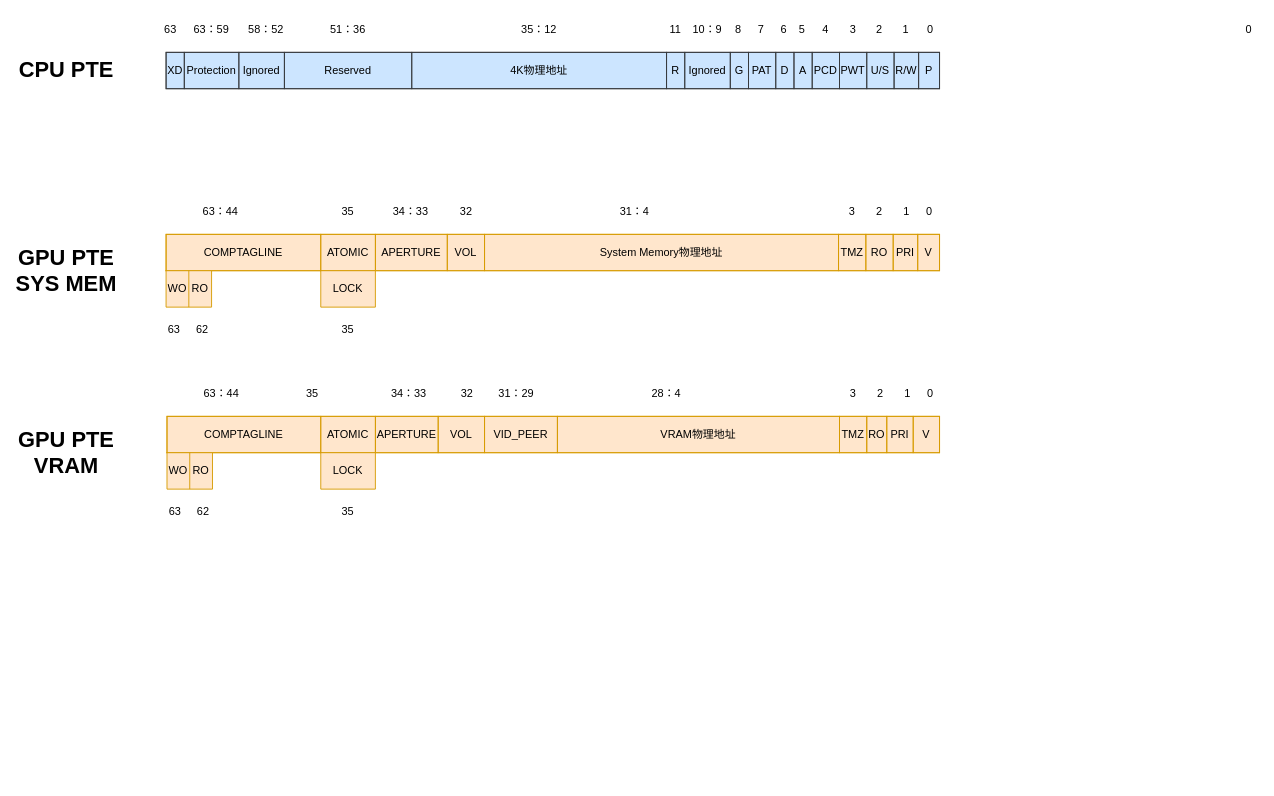
Above: memory.drawio in raykwok1150/draw.io (draw.io), before the change. Source tidied: cells renumbered, new cells numbered last; positions are measured from the earlier drawing's top-left corner, leaving out a move shared by most shapes. Both pictures are drawn from the tidied source at 91%, with x=0, y=0 at pixel (20, 15).
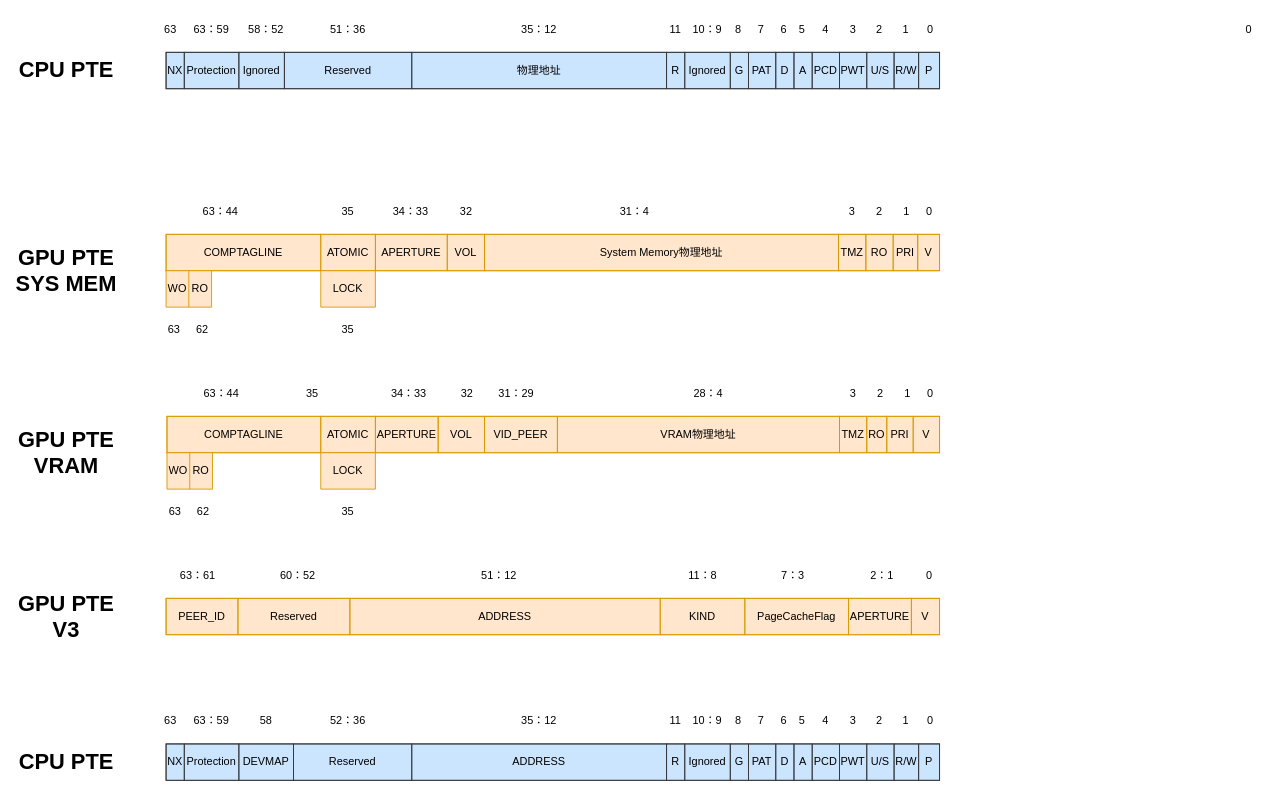
Above is the later version.

Unchanged cells that the change refers to:
```xml
<mxCell id="3" style="shape=tableRow;horizontal=0;startSize=0;swimlaneHead=0;swimlaneBody=0;top=0;left=0;bottom=0;right=0;fontStyle=0;fillColor=none;strokeColor=inherit;" parent="2" vertex="1">
  <mxGeometry width="850" height="40" as="geometry" />
</mxCell>
```

Diff of the diagram source:
```diff
@@
-    <mxCell id="4" value="XD" style="strokeColor=inherit;fillColor=none;align=center;whiteSpace=wrap;html=1;" parent="3" vertex="1">
+    <mxCell id="4" value="NX" style="strokeColor=inherit;fillColor=none;align=center;whiteSpace=wrap;html=1;" parent="3" vertex="1">
       <mxGeometry width="20" height="40" as="geometry" />
     </mxCell>
@@
-    <mxCell id="8" value="4K物理地址" style="strokeColor=inherit;fillColor=none;align=center;whiteSpace=wrap;html=1;" parent="3" vertex="1">
+    <mxCell id="8" value="物理地址" style="strokeColor=inherit;fillColor=none;align=center;whiteSpace=wrap;html=1;" parent="3" vertex="1">
       <mxGeometry x="270" width="280" height="40" as="geometry" />
     </mxCell>
@@
     <mxCell id="79" value="28：4" style="text;html=1;align=center;verticalAlign=middle;whiteSpace=wrap;rounded=0;" parent="1" vertex="1">
-      <mxGeometry x="685" y="400" width="50" height="30" as="geometry" />
+      <mxGeometry x="731" y="400" width="50" height="30" as="geometry" />
     </mxCell>
@@
+    <mxCell id="102" style="childLayout=tableLayout;shadow=0;fillColor=#ffe6cc;strokeColor=#d79b00;glass=0;rounded=0;" parent="1" vertex="1">
+      <mxGeometry x="160" y="640" width="850" height="40" as="geometry" />
+    </mxCell>
+    <mxCell id="103" style="shape=tableRow;horizontal=0;startSize=0;swimlaneHead=0;swimlaneBody=0;top=0;left=0;bottom=0;right=0;fontStyle=0;fillColor=none;strokeColor=inherit;" parent="102" vertex="1">
+      <mxGeometry width="850" height="40" as="geometry" />
+    </mxCell>
+    <mxCell id="104" value="PEER_ID" style="strokeColor=inherit;fillColor=none;align=center;whiteSpace=wrap;html=1;" parent="103" vertex="1">
+      <mxGeometry width="79" height="40" as="geometry" />
+    </mxCell>
+    <mxCell id="105" value="Reserved" style="strokeColor=inherit;fillColor=none;align=center;whiteSpace=wrap;html=1;" parent="103" vertex="1">
+      <mxGeometry x="79" width="123" height="40" as="geometry" />
+    </mxCell>
+    <mxCell id="106" value="ADDRESS" style="strokeColor=inherit;fillColor=none;align=center;whiteSpace=wrap;html=1;" parent="103" vertex="1">
+      <mxGeometry x="202" width="341" height="40" as="geometry" />
+    </mxCell>
+    <mxCell id="107" value="KIND" style="strokeColor=inherit;fillColor=none;align=center;whiteSpace=wrap;html=1;" parent="103" vertex="1">
+      <mxGeometry x="543" width="93" height="40" as="geometry" />
+    </mxCell>
+    <mxCell id="108" value="PageCacheFlag" style="strokeColor=inherit;fillColor=none;align=center;whiteSpace=wrap;html=1;" parent="103" vertex="1">
+      <mxGeometry x="636" width="114" height="40" as="geometry" />
+    </mxCell>
+    <mxCell id="109" value="APERTURE" style="strokeColor=inherit;fillColor=none;align=center;whiteSpace=wrap;html=1;" parent="103" vertex="1">
+      <mxGeometry x="750" width="69" height="40" as="geometry" />
+    </mxCell>
+    <mxCell id="110" value="V" style="strokeColor=inherit;fillColor=none;align=center;whiteSpace=wrap;html=1;" parent="103" vertex="1">
+      <mxGeometry x="819" width="31" height="40" as="geometry" />
+    </mxCell>
+    <mxCell id="111" value="0" style="text;html=1;align=center;verticalAlign=middle;whiteSpace=wrap;rounded=0;" parent="1" vertex="1">
+      <mxGeometry x="989" y="600" width="20" height="30" as="geometry" />
+    </mxCell>
+    <mxCell id="112" value="2：1" style="text;html=1;align=center;verticalAlign=middle;whiteSpace=wrap;rounded=0;" parent="1" vertex="1">
+      <mxGeometry x="922" y="600" width="50" height="30" as="geometry" />
+    </mxCell>
+    <mxCell id="113" value="7：3" style="text;html=1;align=center;verticalAlign=middle;whiteSpace=wrap;rounded=0;" parent="1" vertex="1">
+      <mxGeometry x="824" y="600" width="50" height="30" as="geometry" />
+    </mxCell>
+    <mxCell id="114" value="11：8" style="text;html=1;align=center;verticalAlign=middle;whiteSpace=wrap;rounded=0;" parent="1" vertex="1">
+      <mxGeometry x="725" y="600" width="50" height="30" as="geometry" />
+    </mxCell>
+    <mxCell id="115" value="51：12" style="text;html=1;align=center;verticalAlign=middle;whiteSpace=wrap;rounded=0;" parent="1" vertex="1">
+      <mxGeometry x="501" y="600" width="50" height="30" as="geometry" />
+    </mxCell>
+    <mxCell id="116" value="60：52" style="text;html=1;align=center;verticalAlign=middle;whiteSpace=wrap;rounded=0;" parent="1" vertex="1">
+      <mxGeometry x="280" y="600" width="50" height="30" as="geometry" />
+    </mxCell>
+    <mxCell id="117" value="63：61" style="text;html=1;align=center;verticalAlign=middle;whiteSpace=wrap;rounded=0;" parent="1" vertex="1">
+      <mxGeometry x="170" y="600" width="50" height="30" as="geometry" />
+    </mxCell>
+    <mxCell id="118" value="GPU PTE&lt;div&gt;V3&lt;/div&gt;" style="text;strokeColor=none;fillColor=none;html=1;fontSize=24;fontStyle=1;verticalAlign=middle;align=center;" parent="1" vertex="1">
+      <mxGeometry y="620" width="100" height="80" as="geometry" />
+    </mxCell>
+    <mxCell id="119" style="childLayout=tableLayout;shadow=0;fillColor=#cce5ff;strokeColor=#36393d;glass=0;rounded=0;" parent="1" vertex="1">
+      <mxGeometry x="160" y="800" width="850" height="40" as="geometry" />
+    </mxCell>
+    <mxCell id="120" style="shape=tableRow;horizontal=0;startSize=0;swimlaneHead=0;swimlaneBody=0;top=0;left=0;bottom=0;right=0;fontStyle=0;fillColor=none;strokeColor=inherit;" parent="119" vertex="1">
+      <mxGeometry width="850" height="40" as="geometry" />
+    </mxCell>
+    <mxCell id="121" value="NX" style="strokeColor=inherit;fillColor=none;align=center;whiteSpace=wrap;html=1;" parent="120" vertex="1">
+      <mxGeometry width="20" height="40" as="geometry" />
+    </mxCell>
+    <mxCell id="122" value="Protection" style="strokeColor=inherit;fillColor=none;align=center;whiteSpace=wrap;html=1;" parent="120" vertex="1">
+      <mxGeometry x="20" width="60" height="40" as="geometry" />
+    </mxCell>
+    <mxCell id="123" value="DEVMAP" style="strokeColor=inherit;fillColor=none;align=center;whiteSpace=wrap;html=1;" parent="120" vertex="1">
+      <mxGeometry x="80" width="60" height="40" as="geometry" />
+    </mxCell>
+    <mxCell id="124" value="Reserved" style="strokeColor=inherit;fillColor=none;align=center;whiteSpace=wrap;html=1;" parent="120" vertex="1">
+      <mxGeometry x="140" width="130" height="40" as="geometry" />
+    </mxCell>
+    <mxCell id="125" value="ADDRESS" style="strokeColor=inherit;fillColor=none;align=center;whiteSpace=wrap;html=1;" parent="120" vertex="1">
+      <mxGeometry x="270" width="280" height="40" as="geometry" />
+    </mxCell>
+    <mxCell id="126" value="R" style="strokeColor=inherit;fillColor=none;align=center;whiteSpace=wrap;html=1;" parent="120" vertex="1">
+      <mxGeometry x="550" width="20" height="40" as="geometry" />
+    </mxCell>
+    <mxCell id="127" value="Ignored" style="strokeColor=inherit;fillColor=none;align=center;whiteSpace=wrap;html=1;" parent="120" vertex="1">
+      <mxGeometry x="570" width="50" height="40" as="geometry" />
+    </mxCell>
+    <mxCell id="128" value="G" style="strokeColor=inherit;fillColor=none;align=center;whiteSpace=wrap;html=1;" parent="120" vertex="1">
+      <mxGeometry x="620" width="20" height="40" as="geometry" />
+    </mxCell>
+    <mxCell id="129" value="PAT" style="strokeColor=inherit;fillColor=none;align=center;whiteSpace=wrap;html=1;" parent="120" vertex="1">
+      <mxGeometry x="640" width="30" height="40" as="geometry" />
+    </mxCell>
+    <mxCell id="130" value="D" style="strokeColor=inherit;fillColor=none;align=center;whiteSpace=wrap;html=1;" parent="120" vertex="1">
+      <mxGeometry x="670" width="20" height="40" as="geometry" />
+    </mxCell>
+    <mxCell id="131" value="A" style="strokeColor=inherit;fillColor=none;align=center;whiteSpace=wrap;html=1;" parent="120" vertex="1">
+      <mxGeometry x="690" width="20" height="40" as="geometry" />
+    </mxCell>
+    <mxCell id="132" value="PCD" style="strokeColor=inherit;fillColor=none;align=center;whiteSpace=wrap;html=1;" parent="120" vertex="1">
+      <mxGeometry x="710" width="30" height="40" as="geometry" />
+    </mxCell>
+    <mxCell id="133" value="PWT" style="strokeColor=inherit;fillColor=none;align=center;whiteSpace=wrap;html=1;" parent="120" vertex="1">
+      <mxGeometry x="740" width="30" height="40" as="geometry" />
+    </mxCell>
+    <mxCell id="134" value="U/S" style="strokeColor=inherit;fillColor=none;align=center;whiteSpace=wrap;html=1;" parent="120" vertex="1">
+      <mxGeometry x="770" width="30" height="40" as="geometry" />
+    </mxCell>
+    <mxCell id="135" value="R/W" style="strokeColor=inherit;fillColor=none;align=center;whiteSpace=wrap;html=1;" parent="120" vertex="1">
+      <mxGeometry x="800" width="27" height="40" as="geometry" />
+    </mxCell>
+    <mxCell id="136" value="P" style="strokeColor=inherit;fillColor=none;align=center;whiteSpace=wrap;html=1;" parent="120" vertex="1">
+      <mxGeometry x="827" width="23" height="40" as="geometry" />
+    </mxCell>
+    <mxCell id="137" value="63" style="text;html=1;align=center;verticalAlign=middle;whiteSpace=wrap;rounded=0;" parent="1" vertex="1">
+      <mxGeometry x="150" y="760" width="30" height="30" as="geometry" />
+    </mxCell>
+    <mxCell id="138" value="63：59" style="text;html=1;align=center;verticalAlign=middle;whiteSpace=wrap;rounded=0;" parent="1" vertex="1">
+      <mxGeometry x="180" y="760" width="60" height="30" as="geometry" />
+    </mxCell>
+    <mxCell id="139" value="58" style="text;html=1;align=center;verticalAlign=middle;whiteSpace=wrap;rounded=0;" parent="1" vertex="1">
+      <mxGeometry x="240" y="760" width="60" height="30" as="geometry" />
+    </mxCell>
+    <mxCell id="140" value="52：36" style="text;html=1;align=center;verticalAlign=middle;whiteSpace=wrap;rounded=0;" parent="1" vertex="1">
+      <mxGeometry x="330" y="760" width="60" height="30" as="geometry" />
+    </mxCell>
+    <mxCell id="141" value="35：12" style="text;html=1;align=center;verticalAlign=middle;whiteSpace=wrap;rounded=0;" parent="1" vertex="1">
+      <mxGeometry x="540" y="760" width="60" height="30" as="geometry" />
+    </mxCell>
+    <mxCell id="142" value="11" style="text;html=1;align=center;verticalAlign=middle;whiteSpace=wrap;rounded=0;" parent="1" vertex="1">
+      <mxGeometry x="710" y="760" width="20" height="30" as="geometry" />
+    </mxCell>
+    <mxCell id="143" value="10：9" style="text;html=1;align=center;verticalAlign=middle;whiteSpace=wrap;rounded=0;" parent="1" vertex="1">
+      <mxGeometry x="735" y="760" width="40" height="30" as="geometry" />
+    </mxCell>
+    <mxCell id="144" value="8" style="text;html=1;align=center;verticalAlign=middle;whiteSpace=wrap;rounded=0;" parent="1" vertex="1">
+      <mxGeometry x="784" y="760" width="10" height="30" as="geometry" />
+    </mxCell>
+    <mxCell id="145" value="7" style="text;html=1;align=center;verticalAlign=middle;whiteSpace=wrap;rounded=0;" parent="1" vertex="1">
+      <mxGeometry x="804" y="760" width="20" height="30" as="geometry" />
+    </mxCell>
+    <mxCell id="146" value="6" style="text;html=1;align=center;verticalAlign=middle;whiteSpace=wrap;rounded=0;" parent="1" vertex="1">
+      <mxGeometry x="829" y="760" width="20" height="30" as="geometry" />
+    </mxCell>
+    <mxCell id="147" value="4" style="text;html=1;align=center;verticalAlign=middle;whiteSpace=wrap;rounded=0;" parent="1" vertex="1">
+      <mxGeometry x="875" y="760" width="20" height="30" as="geometry" />
+    </mxCell>
+    <mxCell id="148" value="2" style="text;html=1;align=center;verticalAlign=middle;whiteSpace=wrap;rounded=0;" parent="1" vertex="1">
+      <mxGeometry x="934" y="760" width="20" height="30" as="geometry" />
+    </mxCell>
+    <mxCell id="149" value="1" style="text;html=1;align=center;verticalAlign=middle;whiteSpace=wrap;rounded=0;" parent="1" vertex="1">
+      <mxGeometry x="963" y="760" width="20" height="30" as="geometry" />
+    </mxCell>
+    <mxCell id="150" value="0" style="text;html=1;align=center;verticalAlign=middle;whiteSpace=wrap;rounded=0;" parent="1" vertex="1">
+      <mxGeometry x="990" y="760" width="20" height="30" as="geometry" />
+    </mxCell>
+    <mxCell id="151" value="3" style="text;html=1;align=center;verticalAlign=middle;whiteSpace=wrap;rounded=0;" parent="1" vertex="1">
+      <mxGeometry x="905" y="760" width="20" height="30" as="geometry" />
+    </mxCell>
+    <mxCell id="152" value="5" style="text;html=1;align=center;verticalAlign=middle;whiteSpace=wrap;rounded=0;" parent="1" vertex="1">
+      <mxGeometry x="849" y="760" width="20" height="30" as="geometry" />
+    </mxCell>
+    <mxCell id="153" value="CPU PTE" style="text;strokeColor=none;fillColor=none;html=1;fontSize=24;fontStyle=1;verticalAlign=middle;align=center;" parent="1" vertex="1">
+      <mxGeometry y="800" width="100" height="40" as="geometry" />
+    </mxCell>
```
